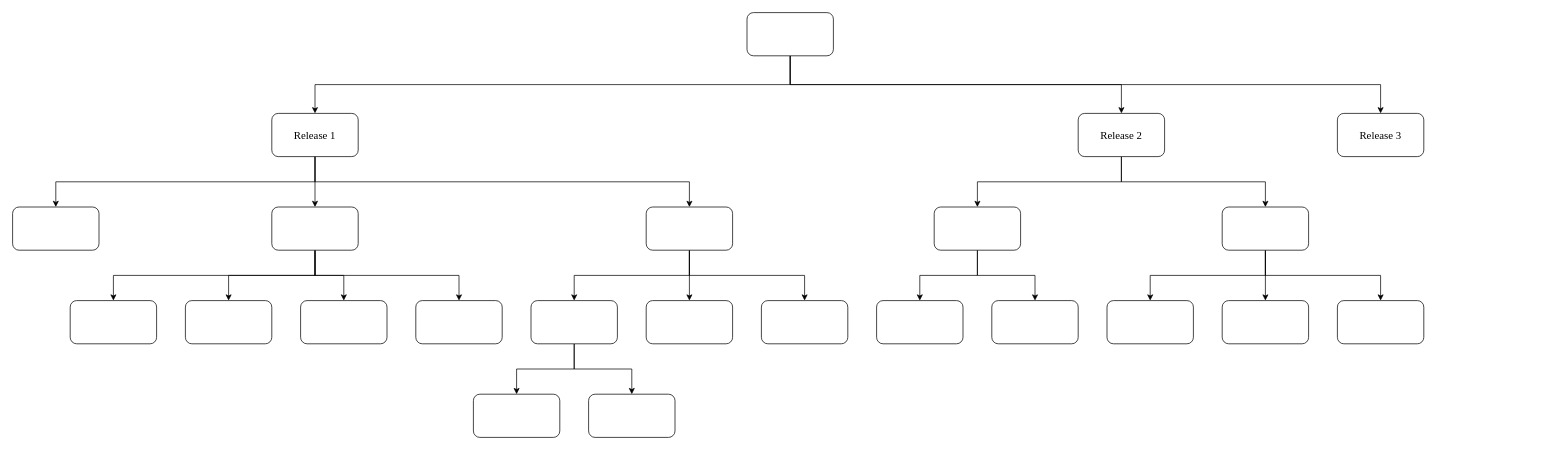
The draw.io diagram Untitled Diagram.drawio in abhishekstha98/for-md, before the edit. Source tidied: cells renumbered, new cells numbered last; positions are measured from the earlier drawing's top-left corner, leaving out a move shared by most shapes. Both pictures are drawn from the tidied source at 72%, with x=0, y=0 at pixel (12, 12).
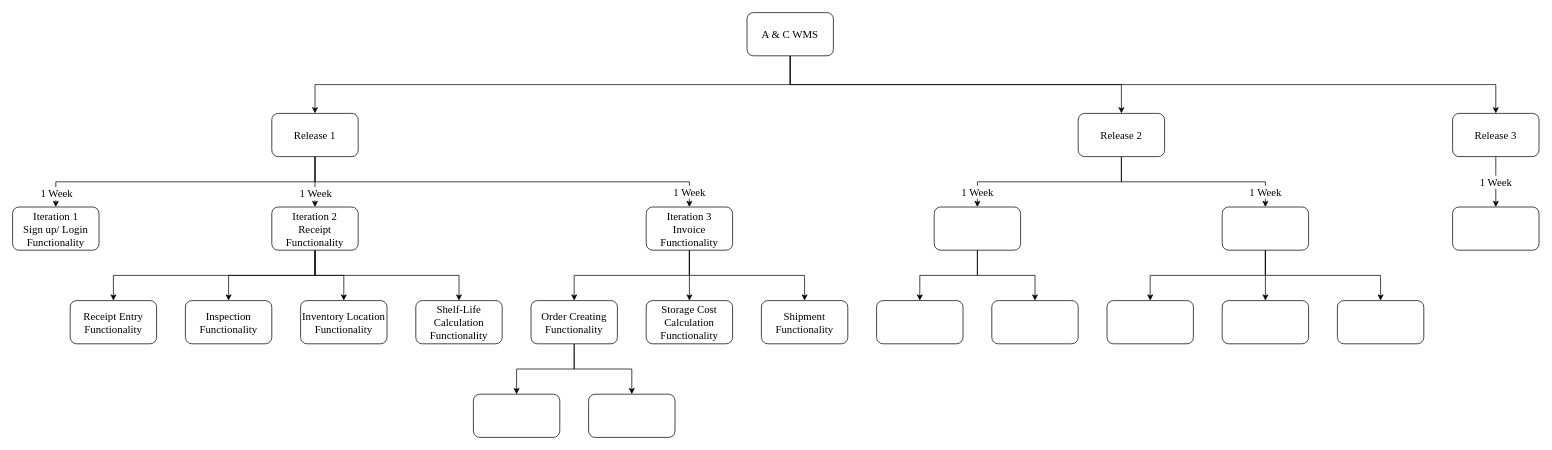
The same diagram, later.

The change refers to these unchanged cells:
```xml
<mxCell id="6" style="edgeStyle=orthogonalEdgeStyle;rounded=0;jettySize=auto;html=1;exitX=0.5;exitY=1;exitDx=0;exitDy=0;entryX=0.5;entryY=0;entryDx=0;entryDy=0;fontSize=15;fontFamily=Times New Roman;" parent="1" edge="1" source="9" target="13">
  <mxGeometry relative="1" as="geometry" />
</mxCell>
<mxCell id="7" style="edgeStyle=orthogonalEdgeStyle;rounded=0;jettySize=auto;html=1;exitX=0.5;exitY=1;exitDx=0;exitDy=0;entryX=0.5;entryY=0;entryDx=0;entryDy=0;fontSize=15;fontFamily=Times New Roman;" parent="1" edge="1" source="9" target="18">
  <mxGeometry relative="1" as="geometry" />
</mxCell>
<mxCell id="9" value="Release 1" style="rounded=1;whiteSpace=wrap;html=1;fontSize=15;fontFamily=Times New Roman;" parent="1" vertex="1">
  <mxGeometry x="360" y="140" width="120" height="60" as="geometry" />
</mxCell>
<mxCell id="12" value="Release 2" style="rounded=1;whiteSpace=wrap;html=1;fontSize=15;fontFamily=Times New Roman;" parent="1" vertex="1">
  <mxGeometry x="1480" y="140" width="120" height="60" as="geometry" />
</mxCell>
<mxCell id="37" style="rounded=1;whiteSpace=wrap;html=1;fontSize=15;fontFamily=Times New Roman;" parent="1" vertex="1">
  <mxGeometry x="1280" y="270" width="120" height="60" as="geometry" />
</mxCell>
<mxCell id="43" style="rounded=1;whiteSpace=wrap;html=1;fontSize=15;fontFamily=Times New Roman;" parent="1" vertex="1">
  <mxGeometry x="1680" y="270" width="120" height="60" as="geometry" />
</mxCell>
```

Change to the diagram source:
```diff
@@
+    <mxCell id="14" style="edgeStyle=orthogonalEdgeStyle;rounded=0;jettySize=auto;html=1;exitX=0.5;exitY=1;exitDx=0;exitDy=0;entryX=0.5;entryY=0;entryDx=0;entryDy=0;fontSize=15;fontFamily=Times New Roman;" parent="1" edge="1" source="18" target="19">
+      <mxGeometry relative="1" as="geometry" />
+    </mxCell>
+    <mxCell id="15" style="edgeStyle=orthogonalEdgeStyle;rounded=0;jettySize=auto;html=1;exitX=0.5;exitY=1;exitDx=0;exitDy=0;entryX=0.5;entryY=0;entryDx=0;entryDy=0;fontSize=15;fontFamily=Times New Roman;" parent="1" edge="1" source="18" target="20">
+      <mxGeometry relative="1" as="geometry" />
+    </mxCell>
+    <mxCell id="16" style="edgeStyle=orthogonalEdgeStyle;rounded=0;jettySize=auto;html=1;exitX=0.5;exitY=1;exitDx=0;exitDy=0;entryX=0.5;entryY=0;entryDx=0;entryDy=0;fontSize=15;fontFamily=Times New Roman;" parent="1" edge="1" source="18" target="21">
+      <mxGeometry relative="1" as="geometry" />
+    </mxCell>
+    <mxCell id="17" style="edgeStyle=orthogonalEdgeStyle;rounded=0;jettySize=auto;html=1;exitX=0.5;exitY=1;exitDx=0;exitDy=0;entryX=0.5;entryY=0;entryDx=0;entryDy=0;fontSize=15;fontFamily=Times New Roman;" parent="1" edge="1" source="18" target="22">
+      <mxGeometry relative="1" as="geometry" />
+    </mxCell>
@@
-    <mxCell id="5" style="rounded=1;whiteSpace=wrap;html=1;fontSize=15;fontFamily=Times New Roman;" parent="1" vertex="1">
+    <mxCell id="5" value="A &amp;amp; C WMS" style="rounded=1;whiteSpace=wrap;html=1;fontSize=15;fontFamily=Times New Roman;" parent="1" vertex="1">
       <mxGeometry x="1020" width="120" height="60" as="geometry" />
     </mxCell>
@@
+    <mxCell id="47" value="1 Week" style="edgeLabel;html=1;align=center;verticalAlign=middle;fontSize=15;fontFamily=Times New Roman;" parent="6" vertex="1">
+      <mxGeometry x="0.88" relative="1" as="geometry">
+        <mxPoint y="6" as="offset" />
+      </mxGeometry>
+    </mxCell>
@@
+    <mxCell id="48" value="1 Week" style="edgeLabel;html=1;align=center;verticalAlign=middle;fontSize=15;fontFamily=Times New Roman;" parent="7" vertex="1">
+      <mxGeometry x="0.71" y="2" relative="1" as="geometry">
+        <mxPoint x="-2" y="-10" as="offset" />
+      </mxGeometry>
+    </mxCell>
-    <mxCell id="8" style="edgeStyle=orthogonalEdgeStyle;rounded=0;jettySize=auto;html=1;exitX=0.5;exitY=1;exitDx=0;exitDy=0;entryX=0.5;entryY=0;entryDx=0;entryDy=0;fontSize=15;fontFamily=Times New Roman;" parent="1" edge="1" source="9" target="26">
-      <mxGeometry relative="1" as="geometry" />
+    <mxCell id="8" value="1 Week" style="edgeStyle=orthogonalEdgeStyle;rounded=0;jettySize=auto;html=1;exitX=0.5;exitY=1;exitDx=0;exitDy=0;entryX=0.5;entryY=0;entryDx=0;entryDy=0;fontSize=15;fontFamily=Times New Roman;" parent="1" edge="1" source="9" target="26">
+      <mxGeometry x="0.93" relative="1" as="geometry" />
     </mxCell>
@@
-    <mxCell id="10" style="edgeStyle=orthogonalEdgeStyle;rounded=0;jettySize=auto;html=1;exitX=0.5;exitY=1;exitDx=0;exitDy=0;entryX=0.5;entryY=0;entryDx=0;entryDy=0;fontSize=15;fontFamily=Times New Roman;" parent="1" edge="1" source="12" target="37">
-      <mxGeometry relative="1" as="geometry" />
+    <mxCell id="10" value="1 Week" style="edgeStyle=orthogonalEdgeStyle;rounded=0;jettySize=auto;html=1;exitX=0.5;exitY=1;exitDx=0;exitDy=0;entryX=0.5;entryY=0;entryDx=0;entryDy=0;fontSize=15;fontFamily=Times New Roman;" parent="1" edge="1" source="12" target="37">
+      <mxGeometry x="0.85" relative="1" as="geometry">
+        <mxPoint y="-1" as="offset" />
+      </mxGeometry>
     </mxCell>
-    <mxCell id="11" style="edgeStyle=orthogonalEdgeStyle;rounded=0;jettySize=auto;html=1;exitX=0.5;exitY=1;exitDx=0;exitDy=0;entryX=0.5;entryY=0;entryDx=0;entryDy=0;fontSize=15;fontFamily=Times New Roman;" parent="1" edge="1" source="12" target="43">
-      <mxGeometry relative="1" as="geometry" />
+    <mxCell id="11" value="1 Week" style="edgeStyle=orthogonalEdgeStyle;rounded=0;jettySize=auto;html=1;exitX=0.5;exitY=1;exitDx=0;exitDy=0;entryX=0.5;entryY=0;entryDx=0;entryDy=0;fontSize=15;fontFamily=Times New Roman;" parent="1" edge="1" source="12" target="43">
+      <mxGeometry x="0.85" relative="1" as="geometry">
+        <mxPoint y="-1" as="offset" />
+      </mxGeometry>
     </mxCell>
@@
-    <mxCell id="13" style="rounded=1;whiteSpace=wrap;html=1;fontSize=15;fontFamily=Times New Roman;" parent="1" vertex="1">
+    <mxCell id="13" value="Iteration 1&lt;br&gt;Sign up/ Login Functionality" style="rounded=1;whiteSpace=wrap;html=1;fontSize=15;fontFamily=Times New Roman;" parent="1" vertex="1">
       <mxGeometry y="270" width="120" height="60" as="geometry" />
     </mxCell>
-    <mxCell id="14" style="edgeStyle=orthogonalEdgeStyle;rounded=0;jettySize=auto;html=1;exitX=0.5;exitY=1;exitDx=0;exitDy=0;entryX=0.5;entryY=0;entryDx=0;entryDy=0;fontSize=15;fontFamily=Times New Roman;" parent="1" edge="1" source="18" target="19">
-      <mxGeometry relative="1" as="geometry" />
-    </mxCell>
-    <mxCell id="15" style="edgeStyle=orthogonalEdgeStyle;rounded=0;jettySize=auto;html=1;exitX=0.5;exitY=1;exitDx=0;exitDy=0;entryX=0.5;entryY=0;entryDx=0;entryDy=0;fontSize=15;fontFamily=Times New Roman;" parent="1" edge="1" source="18" target="20">
-      <mxGeometry relative="1" as="geometry" />
-    </mxCell>
-    <mxCell id="16" style="edgeStyle=orthogonalEdgeStyle;rounded=0;jettySize=auto;html=1;exitX=0.5;exitY=1;exitDx=0;exitDy=0;entryX=0.5;entryY=0;entryDx=0;entryDy=0;fontSize=15;fontFamily=Times New Roman;" parent="1" edge="1" source="18" target="21">
-      <mxGeometry relative="1" as="geometry" />
-    </mxCell>
-    <mxCell id="17" style="edgeStyle=orthogonalEdgeStyle;rounded=0;jettySize=auto;html=1;exitX=0.5;exitY=1;exitDx=0;exitDy=0;entryX=0.5;entryY=0;entryDx=0;entryDy=0;fontSize=15;fontFamily=Times New Roman;" parent="1" edge="1" source="18" target="22">
-      <mxGeometry relative="1" as="geometry" />
-    </mxCell>
-    <mxCell id="18" style="rounded=1;whiteSpace=wrap;html=1;fontSize=15;fontFamily=Times New Roman;" parent="1" vertex="1">
+    <mxCell id="18" value="Iteration 2&lt;br&gt;Receipt Functionality" style="rounded=1;whiteSpace=wrap;html=1;fontSize=15;fontFamily=Times New Roman;" parent="1" vertex="1">
       <mxGeometry x="360" y="270" width="120" height="60" as="geometry" />
     </mxCell>
-    <mxCell id="19" style="rounded=1;whiteSpace=wrap;html=1;fontSize=15;fontFamily=Times New Roman;" parent="1" vertex="1">
+    <mxCell id="19" value="Inspection Functionality" style="rounded=1;whiteSpace=wrap;html=1;fontSize=15;fontFamily=Times New Roman;" parent="1" vertex="1">
       <mxGeometry x="240" y="400" width="120" height="60" as="geometry" />
     </mxCell>
-    <mxCell id="20" style="rounded=1;whiteSpace=wrap;html=1;fontSize=15;fontFamily=Times New Roman;" parent="1" vertex="1">
+    <mxCell id="20" value="Inventory Location Functionality" style="rounded=1;whiteSpace=wrap;html=1;fontSize=15;fontFamily=Times New Roman;" parent="1" vertex="1">
       <mxGeometry x="400" y="400" width="120" height="60" as="geometry" />
     </mxCell>
-    <mxCell id="21" style="rounded=1;whiteSpace=wrap;html=1;fontSize=15;fontFamily=Times New Roman;" parent="1" vertex="1">
+    <mxCell id="21" value="Shelf-Life Calculation Functionality" style="rounded=1;whiteSpace=wrap;html=1;fontSize=15;fontFamily=Times New Roman;" parent="1" vertex="1">
       <mxGeometry x="560" y="400" width="120" height="60" as="geometry" />
     </mxCell>
-    <mxCell id="22" style="rounded=1;whiteSpace=wrap;html=1;fontSize=15;fontFamily=Times New Roman;" parent="1" vertex="1">
+    <mxCell id="22" value="Receipt Entry Functionality" style="rounded=1;whiteSpace=wrap;html=1;fontSize=15;fontFamily=Times New Roman;" parent="1" vertex="1">
       <mxGeometry x="80" y="400" width="120" height="60" as="geometry" />
     </mxCell>
@@
-    <mxCell id="26" style="rounded=1;whiteSpace=wrap;html=1;fontSize=15;fontFamily=Times New Roman;" parent="1" vertex="1">
+    <mxCell id="26" value="Iteration 3&lt;br&gt;Invoice Functionality" style="rounded=1;whiteSpace=wrap;html=1;fontSize=15;fontFamily=Times New Roman;" parent="1" vertex="1">
       <mxGeometry x="880" y="270" width="120" height="60" as="geometry" />
     </mxCell>
@@
-    <mxCell id="29" style="rounded=1;whiteSpace=wrap;html=1;fontSize=15;fontFamily=Times New Roman;" parent="1" vertex="1">
+    <mxCell id="29" value="Order Creating Functionality" style="rounded=1;whiteSpace=wrap;html=1;fontSize=15;fontFamily=Times New Roman;" parent="1" vertex="1">
       <mxGeometry x="720" y="400" width="120" height="60" as="geometry" />
     </mxCell>
-    <mxCell id="30" style="rounded=1;whiteSpace=wrap;html=1;fontSize=15;fontFamily=Times New Roman;" parent="1" vertex="1">
+    <mxCell id="30" value="Storage Cost Calculation Functionality" style="rounded=1;whiteSpace=wrap;html=1;fontSize=15;fontFamily=Times New Roman;" parent="1" vertex="1">
       <mxGeometry x="880" y="400" width="120" height="60" as="geometry" />
     </mxCell>
-    <mxCell id="31" style="rounded=1;whiteSpace=wrap;html=1;fontSize=15;fontFamily=Times New Roman;" parent="1" vertex="1">
+    <mxCell id="31" value="Shipment Functionality" style="rounded=1;whiteSpace=wrap;html=1;fontSize=15;fontFamily=Times New Roman;" parent="1" vertex="1">
       <mxGeometry x="1040" y="400" width="120" height="60" as="geometry" />
     </mxCell>
+    <mxCell id="49" value="1 Week" style="edgeStyle=orthogonalEdgeStyle;rounded=0;jettySize=auto;html=1;exitX=0.5;exitY=1;exitDx=0;exitDy=0;entryX=0.5;entryY=0;entryDx=0;entryDy=0;fontFamily=Times New Roman;fontSize=15;" parent="1" edge="1" source="32" target="50">
+      <mxGeometry relative="1" as="geometry" />
+    </mxCell>
     <mxCell id="32" value="Release 3" style="rounded=1;whiteSpace=wrap;html=1;fontSize=15;fontFamily=Times New Roman;" parent="1" vertex="1">
-      <mxGeometry x="1840" y="140" width="120" height="60" as="geometry" />
+      <mxGeometry x="2000" y="140" width="120" height="60" as="geometry" />
     </mxCell>
@@
+    <mxCell id="50" style="rounded=1;whiteSpace=wrap;html=1;fontSize=15;fontFamily=Times New Roman;" parent="1" vertex="1">
+      <mxGeometry x="2000" y="270" width="120" height="60" as="geometry" />
+    </mxCell>
```
